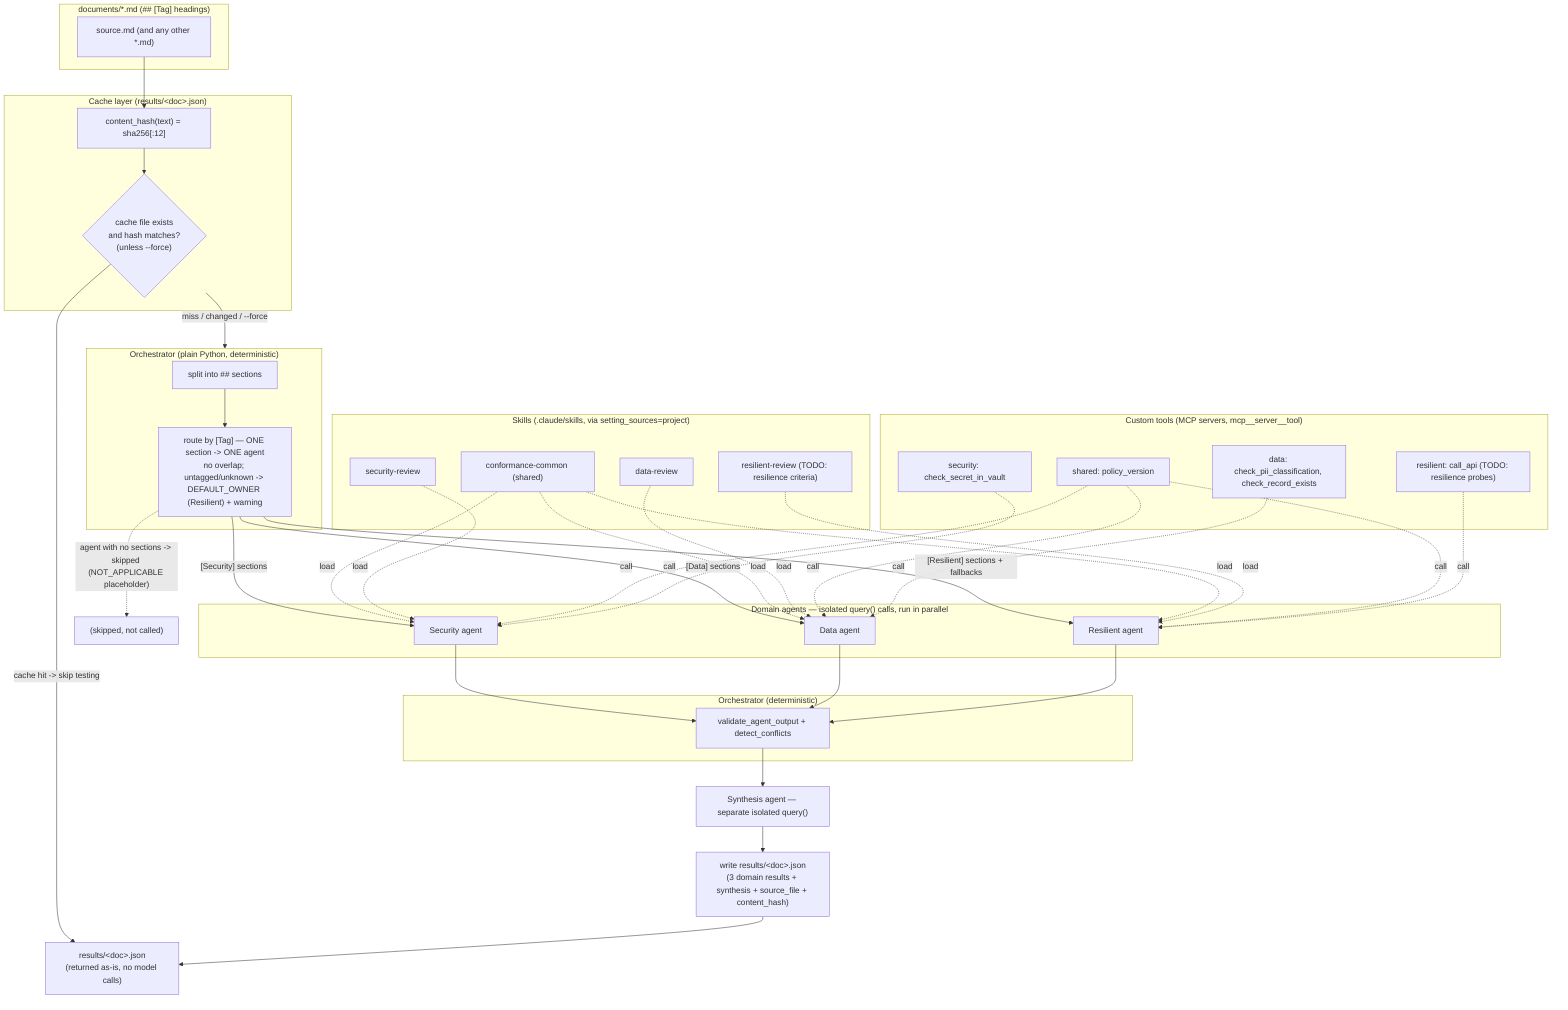
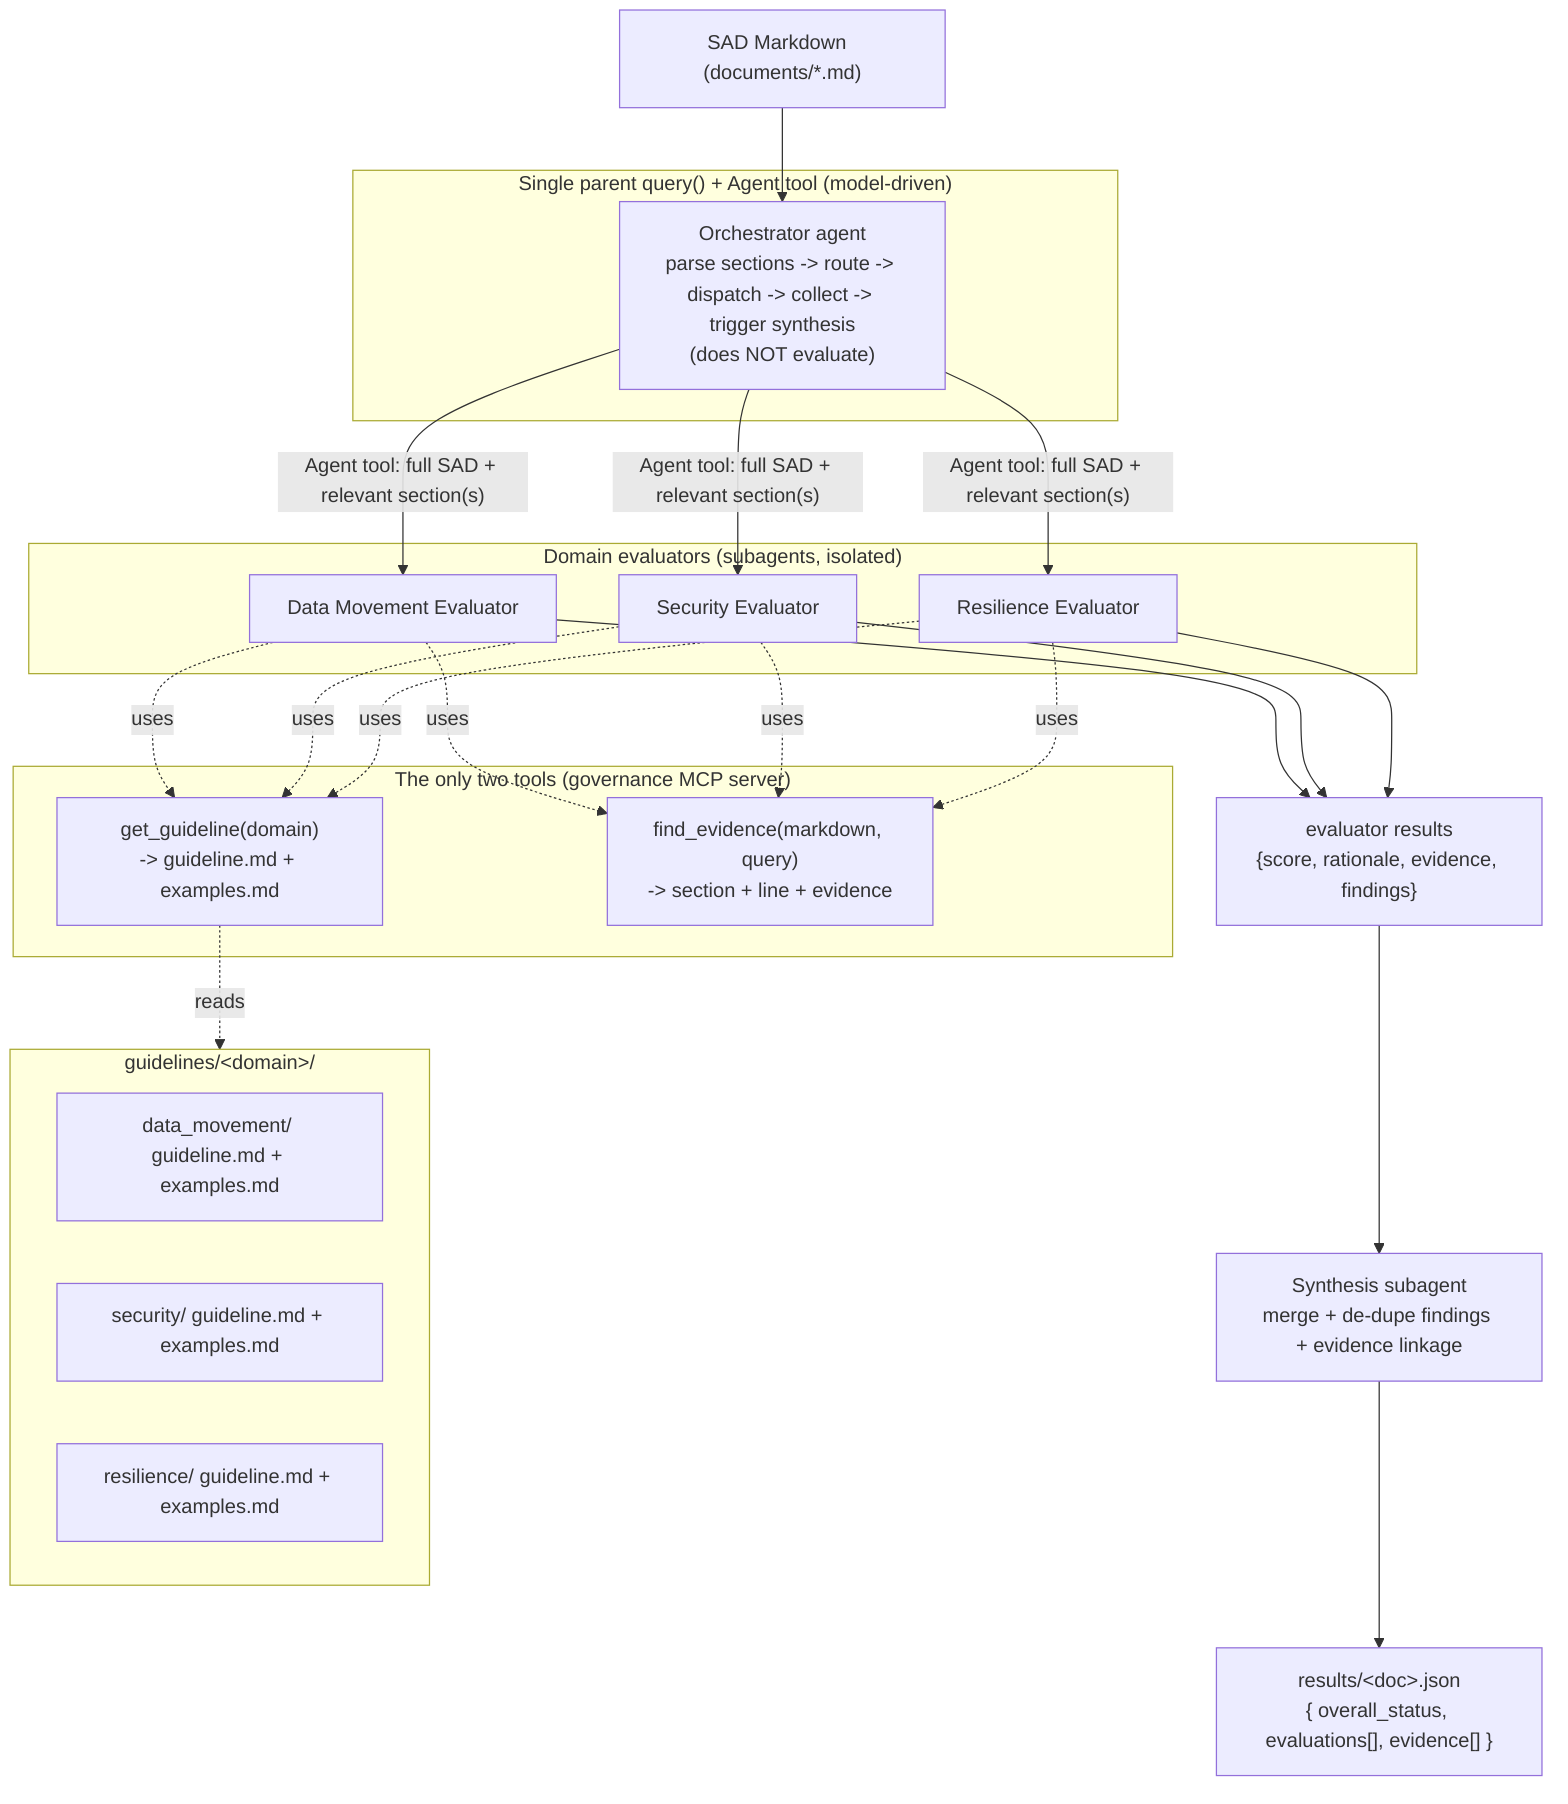
flowchart TD
-     subgraph INPUT["documents/*.md  (## [Tag] headings)"]
-         DOC["source.md (and any other *.md)"]
+     SAD["SAD Markdown  (documents/*.md)"]
+ 
+     subgraph PARENT["Single parent query()  +  Agent tool  (model-driven)"]
+         ORCH["Orchestrator agent<br/>parse sections -> route -> dispatch -> collect -> trigger synthesis<br/>(does NOT evaluate)"]
    end

-     subgraph CACHE["Cache layer  (results/&lt;doc&gt;.json)"]
-         HASH["content_hash(text) = sha256[:12]"]
-         LOOKUP{"cache file exists<br/>and hash matches?<br/>(unless --force)"}
+     SAD --> ORCH
+ 
+     ORCH -- "Agent tool: full SAD + relevant section(s)" --> DM
+     ORCH -- "Agent tool: full SAD + relevant section(s)" --> SEC
+     ORCH -- "Agent tool: full SAD + relevant section(s)" --> RES
+ 
+     subgraph EVAL["Domain evaluators (subagents, isolated)"]
+         DM["Data Movement Evaluator"]
+         SEC["Security Evaluator"]
+         RES["Resilience Evaluator"]
    end

-     DOC --> HASH --> LOOKUP
-     LOOKUP -- "cache hit -> skip testing" --> REPORT["results/&lt;doc&gt;.json<br/>(returned as-is, no model calls)"]
-     LOOKUP -- "miss / changed / --force" --> ORCH
- 
-     subgraph ORCH["Orchestrator (plain Python, deterministic)"]
-         SPLIT["split into ## sections"]
-         ROUTE["route by [Tag] — ONE section -> ONE agent<br/>no overlap; untagged/unknown -> DEFAULT_OWNER (Resilient) + warning"]
-         SPLIT --> ROUTE
+     subgraph TOOLS["The only two tools (governance MCP server)"]
+         T1["get_guideline(domain)<br/>-> guideline.md + examples.md"]
+         T2["find_evidence(markdown, query)<br/>-> section + line + evidence"]
    end

-     ROUTE -- "[Security] sections" --> SEC
-     ROUTE -- "[Data] sections" --> DAT
-     ROUTE -- "[Resilient] sections + fallbacks" --> RES
-     ROUTE -. "agent with no sections -> skipped (NOT_APPLICABLE placeholder)" .-> SKIP["(skipped, not called)"]
+     DM -. uses .-> T1 & T2
+     SEC -. uses .-> T1 & T2
+     RES -. uses .-> T1 & T2

-     subgraph AGENTS["Domain agents — isolated query() calls, run in parallel"]
-         SEC["Security agent"]
-         DAT["Data agent"]
-         RES["Resilient agent"]
+     subgraph GUIDE["guidelines/&lt;domain&gt;/"]
+         G1["data_movement/ guideline.md + examples.md"]
+         G2["security/ guideline.md + examples.md"]
+         G3["resilience/ guideline.md + examples.md"]
    end
+     T1 -. reads .-> GUIDE

-     subgraph SKILLS["Skills (.claude/skills, via setting_sources=project)"]
-         SK0["conformance-common (shared)"]
-         SK1["security-review"]
-         SK2["data-review"]
-         SK3["resilient-review (TODO: resilience criteria)"]
-     end
+     DM --> COLLECT
+     SEC --> COLLECT
+     RES --> COLLECT
+     COLLECT["evaluator results<br/>{score, rationale, evidence, findings}"] --> SYN

-     subgraph TOOLS["Custom tools (MCP servers, mcp__server__tool)"]
-         TSH["shared: policy_version"]
-         TS1["security: check_secret_in_vault"]
-         TS2["data: check_pii_classification, check_record_exists"]
-         TS3["resilient: call_api (TODO: resilience probes)"]
-     end
+     SYN["Synthesis subagent<br/>merge + de-dupe findings + evidence linkage"] --> OUT

-     SK0 -.load.-> SEC & DAT & RES
-     SK1 -.load.-> SEC
-     SK2 -.load.-> DAT
-     SK3 -.load.-> RES
-     TSH -.call.-> SEC & DAT & RES
-     TS1 -.call.-> SEC
-     TS2 -.call.-> DAT
-     TS3 -.call.-> RES
- 
-     SEC --> VAL
-     DAT --> VAL
-     RES --> VAL
- 
-     subgraph MERGE["Orchestrator (deterministic)"]
-         VAL["validate_agent_output + detect_conflicts"]
-     end
- 
-     VAL --> SYN["Synthesis agent — separate isolated query()"]
-     SYN --> WRITE["write results/&lt;doc&gt;.json<br/>(3 domain results + synthesis + source_file + content_hash)"]
-     WRITE --> REPORT
+     OUT["results/&lt;doc&gt;.json<br/>{ overall_status, evaluations[], evidence[] }"]
